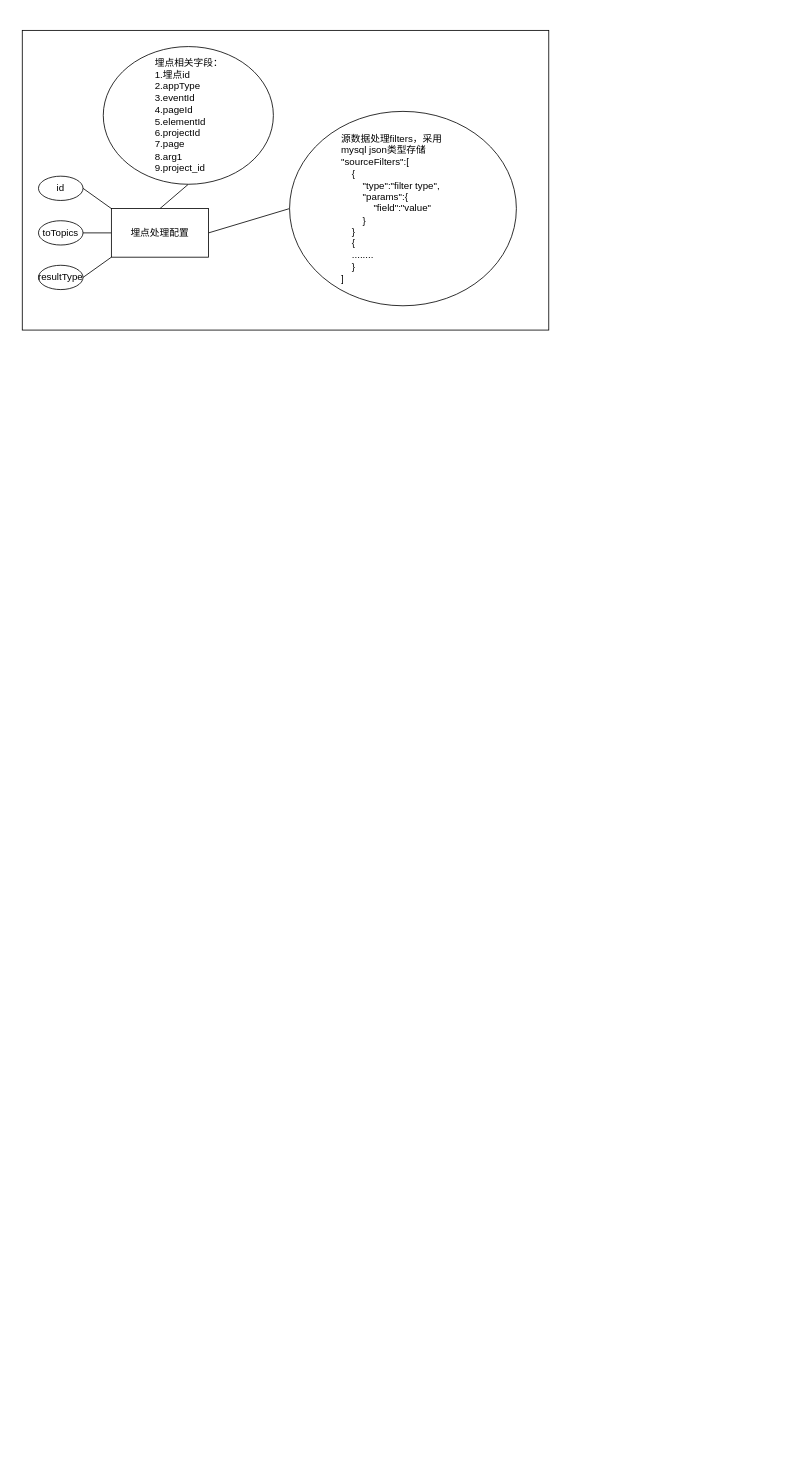
The draw.io diagram gd-service ER图.drawio in qingchao-kong/draw.io, before the edit. Source tidied: cells renumbered, new cells numbered last; positions are measured from the earlier drawing's top-left corner, leaving out a move shared by most shapes. Both pictures are drawn from the tidied source at 81%, with x=0, y=0 at pixel (22, 30).
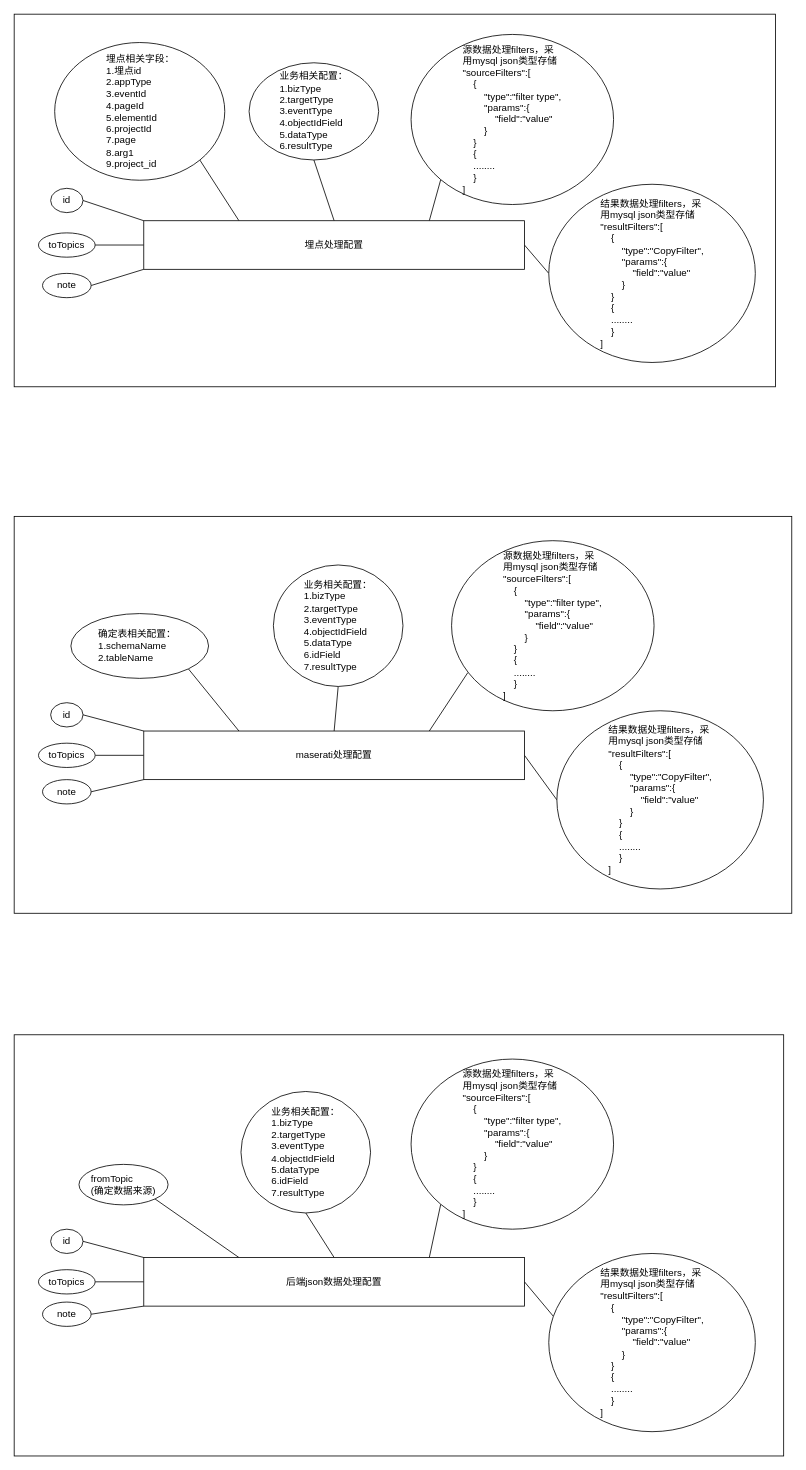
The same page after the edit.

Change to the diagram source:
```diff
@@
     <mxCell id="2" style="rounded=0;whiteSpace=wrap;html=1;align=left;" parent="1" vertex="1">
-      <mxGeometry width="650" height="370" as="geometry" />
+      <mxGeometry x="-10" y="-20" width="940" height="460" as="geometry" />
     </mxCell>
@@
-    <mxCell id="4" style="edgeStyle=none;rounded=0;jettySize=auto;html=1;exitX=0.5;exitY=0;exitDx=0;exitDy=0;entryX=0.5;entryY=1;entryDx=0;entryDy=0;endArrow=none;endFill=0;" parent="1" edge="1" source="6" target="8">
+    <mxCell id="4" style="edgeStyle=none;rounded=0;jettySize=auto;html=1;exitX=0.25;exitY=0;exitDx=0;exitDy=0;entryX=1;entryY=1;entryDx=0;entryDy=0;endArrow=none;endFill=0;" parent="1" edge="1" source="6" target="8">
       <mxGeometry relative="1" as="geometry" />
     </mxCell>
-    <mxCell id="5" style="edgeStyle=none;rounded=0;jettySize=auto;html=1;exitX=1;exitY=0.5;exitDx=0;exitDy=0;entryX=0;entryY=0.5;entryDx=0;entryDy=0;endArrow=none;endFill=0;" parent="1" edge="1" source="6" target="10">
+    <mxCell id="5" style="edgeStyle=none;rounded=0;jettySize=auto;html=1;exitX=0.75;exitY=0;exitDx=0;exitDy=0;entryX=0;entryY=1;entryDx=0;entryDy=0;endArrow=none;endFill=0;" parent="1" edge="1" source="6" target="10">
       <mxGeometry relative="1" as="geometry" />
     </mxCell>
+    <mxCell id="14" style="edgeStyle=none;rounded=0;jettySize=auto;html=1;exitX=0;exitY=1;exitDx=0;exitDy=0;entryX=1;entryY=0.5;entryDx=0;entryDy=0;endArrow=none;endFill=0;" parent="1" edge="1" source="6" target="17">
+      <mxGeometry relative="1" as="geometry" />
+    </mxCell>
+    <mxCell id="15" style="edgeStyle=none;rounded=0;jettySize=auto;html=1;exitX=1;exitY=0.5;exitDx=0;exitDy=0;entryX=0;entryY=0.5;entryDx=0;entryDy=0;endArrow=none;endFill=0;" parent="1" edge="1" source="6" target="18">
+      <mxGeometry relative="1" as="geometry" />
+    </mxCell>
+    <mxCell id="16" style="edgeStyle=none;rounded=0;jettySize=auto;html=1;exitX=0.5;exitY=0;exitDx=0;exitDy=0;entryX=0.5;entryY=1;entryDx=0;entryDy=0;endArrow=none;endFill=0;" parent="1" edge="1" source="6" target="49">
+      <mxGeometry relative="1" as="geometry" />
+    </mxCell>
     <mxCell id="6" value="埋点处理配置" style="rounded=0;whiteSpace=wrap;html=1;" parent="1" vertex="1">
-      <mxGeometry x="110" y="220" width="120" height="60" as="geometry" />
+      <mxGeometry x="150" y="235" width="470" height="60" as="geometry" />
     </mxCell>
     <mxCell id="7" value="id" style="ellipse;whiteSpace=wrap;html=1;" parent="1" vertex="1">
-      <mxGeometry x="20" y="180" width="55" height="30" as="geometry" />
+      <mxGeometry x="35" y="195" width="40" height="30" as="geometry" />
     </mxCell>
     <mxCell id="8" value="埋点相关字段：&lt;br&gt;1.埋点id&lt;br&gt;2.appType&lt;br&gt;3.eventId&lt;br&gt;4.pageId&lt;br&gt;5.elementId&lt;br&gt;6.projectId&lt;br&gt;7.page&lt;br&gt;8.arg1&lt;br&gt;9.project_id" style="ellipse;whiteSpace=wrap;html=1;align=left;spacingTop=0;spacing=64;" parent="1" vertex="1">
-      <mxGeometry x="100" y="20" width="210" height="170" as="geometry" />
+      <mxGeometry x="40" y="15" width="210" height="170" as="geometry" />
     </mxCell>
     <mxCell id="9" value="toTopics" style="ellipse;whiteSpace=wrap;html=1;" parent="1" vertex="1">
-      <mxGeometry x="20" y="235" width="55" height="30" as="geometry" />
+      <mxGeometry x="20" y="250" width="70" height="30" as="geometry" />
     </mxCell>
     <mxCell id="10" value="源数据处理filters，采用mysql json类型存储&lt;br&gt;&quot;sourceFilters&quot;:[&lt;br&gt;&amp;nbsp; &amp;nbsp; {&lt;br&gt;&amp;nbsp; &amp;nbsp; &amp;nbsp; &amp;nbsp; &quot;type&quot;:&quot;filter type&quot;,&lt;br&gt;&amp;nbsp; &amp;nbsp; &amp;nbsp; &amp;nbsp; &quot;params&quot;:{&lt;br&gt;&amp;nbsp; &amp;nbsp; &amp;nbsp; &amp;nbsp; &amp;nbsp; &amp;nbsp; &quot;field&quot;:&quot;value&quot;&lt;br&gt;&amp;nbsp; &amp;nbsp; &amp;nbsp; &amp;nbsp; }&lt;br&gt;&amp;nbsp; &amp;nbsp; }&lt;br&gt;&amp;nbsp; &amp;nbsp; {&lt;br&gt;&amp;nbsp; &amp;nbsp; ........&lt;br&gt;&amp;nbsp; &amp;nbsp; }&lt;br&gt;]" style="ellipse;whiteSpace=wrap;html=1;align=left;spacingTop=0;spacing=64;" parent="1" vertex="1">
-      <mxGeometry x="330" y="100" width="280" height="240" as="geometry" />
+      <mxGeometry x="480" y="5" width="250" height="210" as="geometry" />
     </mxCell>
@@
-    <mxCell id="12" style="edgeStyle=none;rounded=0;jettySize=auto;html=1;exitX=1;exitY=0.5;exitDx=0;exitDy=0;entryX=0;entryY=1;entryDx=0;entryDy=0;endArrow=none;endFill=0;" parent="1" edge="1" source="13" target="6">
-      <mxGeometry relative="1" as="geometry" />
-    </mxCell>
-    <mxCell id="13" value="resultType" style="ellipse;whiteSpace=wrap;html=1;" parent="1" vertex="1">
-      <mxGeometry x="20" y="290" width="55" height="30" as="geometry" />
-    </mxCell>
+    <mxCell id="17" value="note" style="ellipse;whiteSpace=wrap;html=1;" parent="1" vertex="1">
+      <mxGeometry x="25" y="300" width="60" height="30" as="geometry" />
+    </mxCell>
+    <mxCell id="18" value="结果数据处理filters，采用mysql json类型存储&lt;br&gt;&quot;resultFilters&quot;:[&lt;br&gt;&amp;nbsp; &amp;nbsp; {&lt;br&gt;&amp;nbsp; &amp;nbsp; &amp;nbsp; &amp;nbsp; &quot;type&quot;:&quot;CopyFilter&quot;,&lt;br&gt;&amp;nbsp; &amp;nbsp; &amp;nbsp; &amp;nbsp; &quot;params&quot;:{&lt;br&gt;&amp;nbsp; &amp;nbsp; &amp;nbsp; &amp;nbsp; &amp;nbsp; &amp;nbsp; &quot;field&quot;:&quot;value&quot;&lt;br&gt;&amp;nbsp; &amp;nbsp; &amp;nbsp; &amp;nbsp; }&lt;br&gt;&amp;nbsp; &amp;nbsp; }&lt;br&gt;&amp;nbsp; &amp;nbsp; {&lt;br&gt;&amp;nbsp; &amp;nbsp; ........&lt;br&gt;&amp;nbsp; &amp;nbsp; }&lt;br&gt;]" style="ellipse;whiteSpace=wrap;html=1;align=left;spacingTop=0;spacing=64;" parent="1" vertex="1">
+      <mxGeometry x="650" y="190" width="255" height="220" as="geometry" />
+    </mxCell>
+    <mxCell id="19" style="rounded=0;whiteSpace=wrap;html=1;align=left;" parent="1" vertex="1">
+      <mxGeometry x="-10" y="600" width="960" height="490" as="geometry" />
+    </mxCell>
+    <mxCell id="20" style="rounded=0;jettySize=auto;html=1;exitX=0;exitY=0.5;exitDx=0;exitDy=0;entryX=1;entryY=0.5;entryDx=0;entryDy=0;endArrow=none;endFill=0;" parent="1" edge="1" source="26" target="29">
+      <mxGeometry relative="1" as="geometry" />
+    </mxCell>
+    <mxCell id="21" style="edgeStyle=none;rounded=0;jettySize=auto;html=1;exitX=0.25;exitY=0;exitDx=0;exitDy=0;entryX=1;entryY=1;entryDx=0;entryDy=0;endArrow=none;endFill=0;" parent="1" edge="1" source="26" target="28">
+      <mxGeometry relative="1" as="geometry" />
+    </mxCell>
+    <mxCell id="22" style="edgeStyle=none;rounded=0;jettySize=auto;html=1;exitX=0.75;exitY=0;exitDx=0;exitDy=0;entryX=0.08;entryY=0.776;entryDx=0;entryDy=0;endArrow=none;endFill=0;entryPerimeter=0;" parent="1" edge="1" source="26" target="30">
+      <mxGeometry relative="1" as="geometry" />
+    </mxCell>
+    <mxCell id="23" style="edgeStyle=none;rounded=0;jettySize=auto;html=1;exitX=0;exitY=1;exitDx=0;exitDy=0;entryX=1;entryY=0.5;entryDx=0;entryDy=0;endArrow=none;endFill=0;" parent="1" edge="1" source="26" target="32">
+      <mxGeometry relative="1" as="geometry" />
+    </mxCell>
+    <mxCell id="24" style="edgeStyle=none;rounded=0;jettySize=auto;html=1;exitX=1;exitY=0.5;exitDx=0;exitDy=0;entryX=0;entryY=0.5;entryDx=0;entryDy=0;endArrow=none;endFill=0;" parent="1" edge="1" source="26" target="33">
+      <mxGeometry relative="1" as="geometry" />
+    </mxCell>
+    <mxCell id="25" style="edgeStyle=none;rounded=0;jettySize=auto;html=1;exitX=0.5;exitY=0;exitDx=0;exitDy=0;entryX=0.5;entryY=1;entryDx=0;entryDy=0;endArrow=none;endFill=0;" parent="1" edge="1" source="26" target="50">
+      <mxGeometry relative="1" as="geometry" />
+    </mxCell>
+    <mxCell id="26" value="maserati处理配置" style="rounded=0;whiteSpace=wrap;html=1;" parent="1" vertex="1">
+      <mxGeometry x="150" y="865" width="470" height="60" as="geometry" />
+    </mxCell>
+    <mxCell id="27" value="id" style="ellipse;whiteSpace=wrap;html=1;" parent="1" vertex="1">
+      <mxGeometry x="35" y="830" width="40" height="30" as="geometry" />
+    </mxCell>
+    <mxCell id="28" value="确定表相关配置：&lt;br&gt;1.schemaName&lt;br&gt;2.tableName" style="ellipse;whiteSpace=wrap;html=1;align=left;spacingTop=0;spacing=34;" parent="1" vertex="1">
+      <mxGeometry x="60" y="720" width="170" height="80" as="geometry" />
+    </mxCell>
+    <mxCell id="29" value="toTopics" style="ellipse;whiteSpace=wrap;html=1;" parent="1" vertex="1">
+      <mxGeometry x="20" y="880" width="70" height="30" as="geometry" />
+    </mxCell>
+    <mxCell id="30" value="源数据处理filters，采用mysql json类型存储&lt;br&gt;&quot;sourceFilters&quot;:[&lt;br&gt;&amp;nbsp; &amp;nbsp; {&lt;br&gt;&amp;nbsp; &amp;nbsp; &amp;nbsp; &amp;nbsp; &quot;type&quot;:&quot;filter type&quot;,&lt;br&gt;&amp;nbsp; &amp;nbsp; &amp;nbsp; &amp;nbsp; &quot;params&quot;:{&lt;br&gt;&amp;nbsp; &amp;nbsp; &amp;nbsp; &amp;nbsp; &amp;nbsp; &amp;nbsp; &quot;field&quot;:&quot;value&quot;&lt;br&gt;&amp;nbsp; &amp;nbsp; &amp;nbsp; &amp;nbsp; }&lt;br&gt;&amp;nbsp; &amp;nbsp; }&lt;br&gt;&amp;nbsp; &amp;nbsp; {&lt;br&gt;&amp;nbsp; &amp;nbsp; ........&lt;br&gt;&amp;nbsp; &amp;nbsp; }&lt;br&gt;]" style="ellipse;whiteSpace=wrap;html=1;align=left;spacingTop=0;spacing=64;" parent="1" vertex="1">
+      <mxGeometry x="530" y="630" width="250" height="210" as="geometry" />
+    </mxCell>
+    <mxCell id="31" style="endArrow=none;html=1;entryX=1;entryY=0.5;entryDx=0;entryDy=0;exitX=0;exitY=0;exitDx=0;exitDy=0;" parent="1" edge="1" source="26" target="27">
+      <mxGeometry relative="1" as="geometry" />
+    </mxCell>
+    <mxCell id="32" value="note" style="ellipse;whiteSpace=wrap;html=1;" parent="1" vertex="1">
+      <mxGeometry x="25" y="925" width="60" height="30" as="geometry" />
+    </mxCell>
+    <mxCell id="33" value="结果数据处理filters，采用mysql json类型存储&lt;br&gt;&quot;resultFilters&quot;:[&lt;br&gt;&amp;nbsp; &amp;nbsp; {&lt;br&gt;&amp;nbsp; &amp;nbsp; &amp;nbsp; &amp;nbsp; &quot;type&quot;:&quot;CopyFilter&quot;,&lt;br&gt;&amp;nbsp; &amp;nbsp; &amp;nbsp; &amp;nbsp; &quot;params&quot;:{&lt;br&gt;&amp;nbsp; &amp;nbsp; &amp;nbsp; &amp;nbsp; &amp;nbsp; &amp;nbsp; &quot;field&quot;:&quot;value&quot;&lt;br&gt;&amp;nbsp; &amp;nbsp; &amp;nbsp; &amp;nbsp; }&lt;br&gt;&amp;nbsp; &amp;nbsp; }&lt;br&gt;&amp;nbsp; &amp;nbsp; {&lt;br&gt;&amp;nbsp; &amp;nbsp; ........&lt;br&gt;&amp;nbsp; &amp;nbsp; }&lt;br&gt;]" style="ellipse;whiteSpace=wrap;html=1;align=left;spacingTop=0;spacing=64;" parent="1" vertex="1">
+      <mxGeometry x="660" y="840" width="255" height="220" as="geometry" />
+    </mxCell>
+    <mxCell id="34" style="rounded=0;whiteSpace=wrap;html=1;align=left;" parent="1" vertex="1">
+      <mxGeometry x="-10" y="1240" width="950" height="520" as="geometry" />
+    </mxCell>
+    <mxCell id="35" style="rounded=0;jettySize=auto;html=1;exitX=0;exitY=0.5;exitDx=0;exitDy=0;entryX=1;entryY=0.5;entryDx=0;entryDy=0;endArrow=none;endFill=0;" parent="1" edge="1" source="41" target="44">
+      <mxGeometry relative="1" as="geometry" />
+    </mxCell>
+    <mxCell id="36" style="edgeStyle=none;rounded=0;jettySize=auto;html=1;exitX=0.25;exitY=0;exitDx=0;exitDy=0;entryX=1;entryY=1;entryDx=0;entryDy=0;endArrow=none;endFill=0;" parent="1" edge="1" source="41" target="43">
+      <mxGeometry relative="1" as="geometry" />
+    </mxCell>
+    <mxCell id="37" style="edgeStyle=none;rounded=0;jettySize=auto;html=1;exitX=0.75;exitY=0;exitDx=0;exitDy=0;entryX=0;entryY=1;entryDx=0;entryDy=0;endArrow=none;endFill=0;" parent="1" edge="1" source="41" target="45">
+      <mxGeometry relative="1" as="geometry" />
+    </mxCell>
+    <mxCell id="38" style="edgeStyle=none;rounded=0;jettySize=auto;html=1;exitX=0;exitY=1;exitDx=0;exitDy=0;entryX=1;entryY=0.5;entryDx=0;entryDy=0;endArrow=none;endFill=0;" parent="1" edge="1" source="41" target="47">
+      <mxGeometry relative="1" as="geometry" />
+    </mxCell>
+    <mxCell id="39" style="edgeStyle=none;rounded=0;jettySize=auto;html=1;exitX=1;exitY=0.5;exitDx=0;exitDy=0;entryX=0.024;entryY=0.355;entryDx=0;entryDy=0;endArrow=none;endFill=0;entryPerimeter=0;" parent="1" edge="1" source="41" target="48">
+      <mxGeometry relative="1" as="geometry" />
+    </mxCell>
+    <mxCell id="40" style="edgeStyle=none;rounded=0;jettySize=auto;html=1;exitX=0.5;exitY=0;exitDx=0;exitDy=0;entryX=0.5;entryY=1;entryDx=0;entryDy=0;endArrow=none;endFill=0;" parent="1" edge="1" source="41" target="51">
+      <mxGeometry relative="1" as="geometry" />
+    </mxCell>
+    <mxCell id="41" value="后端json数据处理配置" style="rounded=0;whiteSpace=wrap;html=1;" parent="1" vertex="1">
+      <mxGeometry x="150" y="1515" width="470" height="60" as="geometry" />
+    </mxCell>
+    <mxCell id="42" value="id" style="ellipse;whiteSpace=wrap;html=1;" parent="1" vertex="1">
+      <mxGeometry x="35" y="1480" width="40" height="30" as="geometry" />
+    </mxCell>
+    <mxCell id="43" value="fromTopic&lt;br&gt;(确定数据来源)" style="ellipse;whiteSpace=wrap;html=1;align=left;spacingTop=0;spacing=15;" parent="1" vertex="1">
+      <mxGeometry x="70" y="1400" width="110" height="50" as="geometry" />
+    </mxCell>
+    <mxCell id="44" value="toTopics" style="ellipse;whiteSpace=wrap;html=1;" parent="1" vertex="1">
+      <mxGeometry x="20" y="1530" width="70" height="30" as="geometry" />
+    </mxCell>
+    <mxCell id="45" value="源数据处理filters，采用mysql json类型存储&lt;br&gt;&quot;sourceFilters&quot;:[&lt;br&gt;&amp;nbsp; &amp;nbsp; {&lt;br&gt;&amp;nbsp; &amp;nbsp; &amp;nbsp; &amp;nbsp; &quot;type&quot;:&quot;filter type&quot;,&lt;br&gt;&amp;nbsp; &amp;nbsp; &amp;nbsp; &amp;nbsp; &quot;params&quot;:{&lt;br&gt;&amp;nbsp; &amp;nbsp; &amp;nbsp; &amp;nbsp; &amp;nbsp; &amp;nbsp; &quot;field&quot;:&quot;value&quot;&lt;br&gt;&amp;nbsp; &amp;nbsp; &amp;nbsp; &amp;nbsp; }&lt;br&gt;&amp;nbsp; &amp;nbsp; }&lt;br&gt;&amp;nbsp; &amp;nbsp; {&lt;br&gt;&amp;nbsp; &amp;nbsp; ........&lt;br&gt;&amp;nbsp; &amp;nbsp; }&lt;br&gt;]" style="ellipse;whiteSpace=wrap;html=1;align=left;spacingTop=0;spacing=64;" parent="1" vertex="1">
+      <mxGeometry x="480" y="1270" width="250" height="210" as="geometry" />
+    </mxCell>
+    <mxCell id="46" style="endArrow=none;html=1;entryX=1;entryY=0.5;entryDx=0;entryDy=0;exitX=0;exitY=0;exitDx=0;exitDy=0;" parent="1" edge="1" source="41" target="42">
+      <mxGeometry relative="1" as="geometry" />
+    </mxCell>
+    <mxCell id="47" value="note" style="ellipse;whiteSpace=wrap;html=1;" parent="1" vertex="1">
+      <mxGeometry x="25" y="1570" width="60" height="30" as="geometry" />
+    </mxCell>
+    <mxCell id="48" value="结果数据处理filters，采用mysql json类型存储&lt;br&gt;&quot;resultFilters&quot;:[&lt;br&gt;&amp;nbsp; &amp;nbsp; {&lt;br&gt;&amp;nbsp; &amp;nbsp; &amp;nbsp; &amp;nbsp; &quot;type&quot;:&quot;CopyFilter&quot;,&lt;br&gt;&amp;nbsp; &amp;nbsp; &amp;nbsp; &amp;nbsp; &quot;params&quot;:{&lt;br&gt;&amp;nbsp; &amp;nbsp; &amp;nbsp; &amp;nbsp; &amp;nbsp; &amp;nbsp; &quot;field&quot;:&quot;value&quot;&lt;br&gt;&amp;nbsp; &amp;nbsp; &amp;nbsp; &amp;nbsp; }&lt;br&gt;&amp;nbsp; &amp;nbsp; }&lt;br&gt;&amp;nbsp; &amp;nbsp; {&lt;br&gt;&amp;nbsp; &amp;nbsp; ........&lt;br&gt;&amp;nbsp; &amp;nbsp; }&lt;br&gt;]" style="ellipse;whiteSpace=wrap;html=1;align=left;spacingTop=0;spacing=64;" parent="1" vertex="1">
+      <mxGeometry x="650" y="1510" width="255" height="220" as="geometry" />
+    </mxCell>
+    <mxCell id="49" value="业务相关配置：&lt;br&gt;1.bizType&lt;br&gt;2.targetType&lt;br&gt;3.eventType&lt;br&gt;4.objectIdField&lt;br&gt;5.dataType&lt;br&gt;6.&lt;span style=&quot;text-align: center&quot;&gt;resultType&lt;/span&gt;" style="ellipse;whiteSpace=wrap;html=1;align=left;spacingTop=0;spacing=38;" parent="1" vertex="1">
+      <mxGeometry x="280" y="40" width="160" height="120" as="geometry" />
+    </mxCell>
+    <mxCell id="50" value="业务相关配置：&lt;br&gt;1.bizType&lt;br&gt;2.targetType&lt;br&gt;3.eventType&lt;br&gt;4.objectIdField&lt;br&gt;5.dataType&lt;br&gt;6.idField&lt;br&gt;7.&lt;span style=&quot;text-align: center&quot;&gt;resultType&lt;/span&gt;" style="ellipse;whiteSpace=wrap;html=1;align=left;spacingTop=0;spacing=38;" parent="1" vertex="1">
+      <mxGeometry x="310" y="660" width="160" height="150" as="geometry" />
+    </mxCell>
+    <mxCell id="51" value="业务相关配置：&lt;br&gt;1.bizType&lt;br&gt;2.targetType&lt;br&gt;3.eventType&lt;br&gt;4.objectIdField&lt;br&gt;5.dataType&lt;br&gt;6.idField&lt;br&gt;7.&lt;span style=&quot;text-align: center&quot;&gt;resultType&lt;/span&gt;" style="ellipse;whiteSpace=wrap;html=1;align=left;spacingTop=0;spacing=38;" parent="1" vertex="1">
+      <mxGeometry x="270" y="1310" width="160" height="150" as="geometry" />
+    </mxCell>
```
